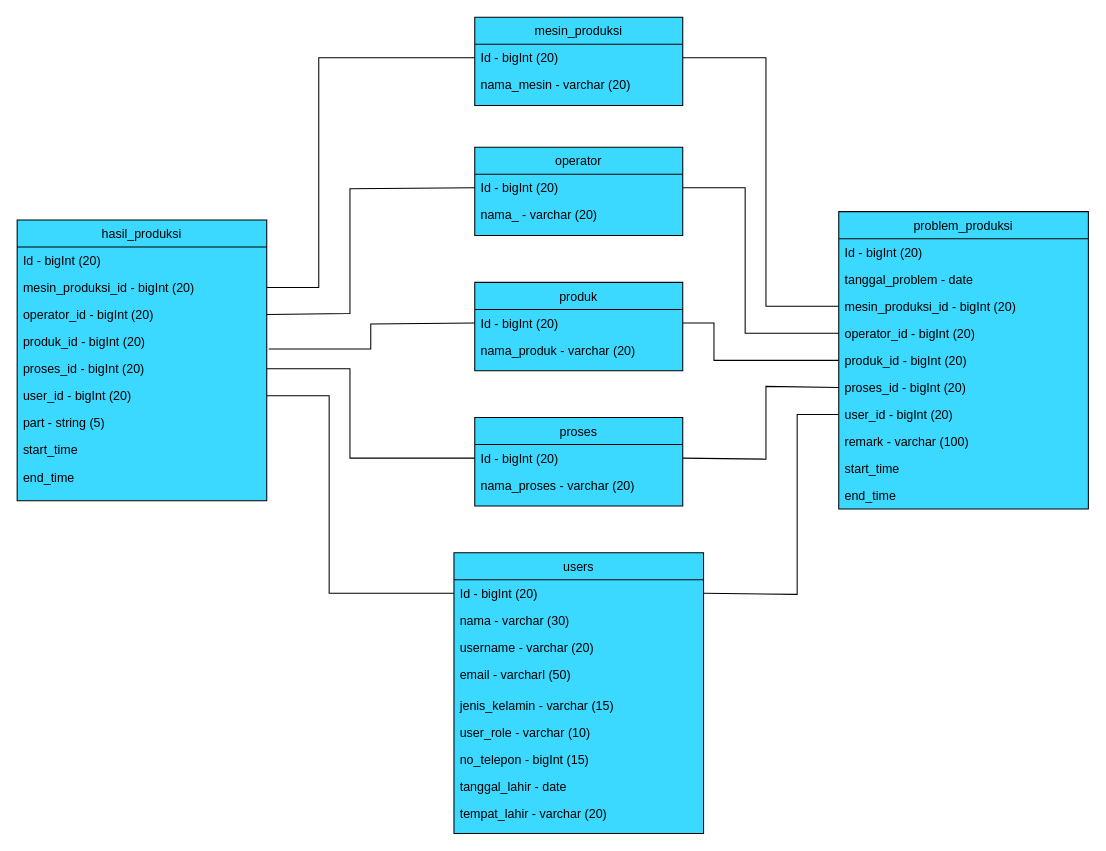
danangsptro/manufacturing_goseki keeps this draw.io diagram as class_diagram.drawio. Above is the earlier version. Source tidied: cells renumbered, new cells numbered last; positions are measured from the earlier drawing's top-left corner, leaving out a move shared by most shapes. Both pictures are drawn from the tidied source at 104%, with x=0, y=0 at pixel (17, 17).
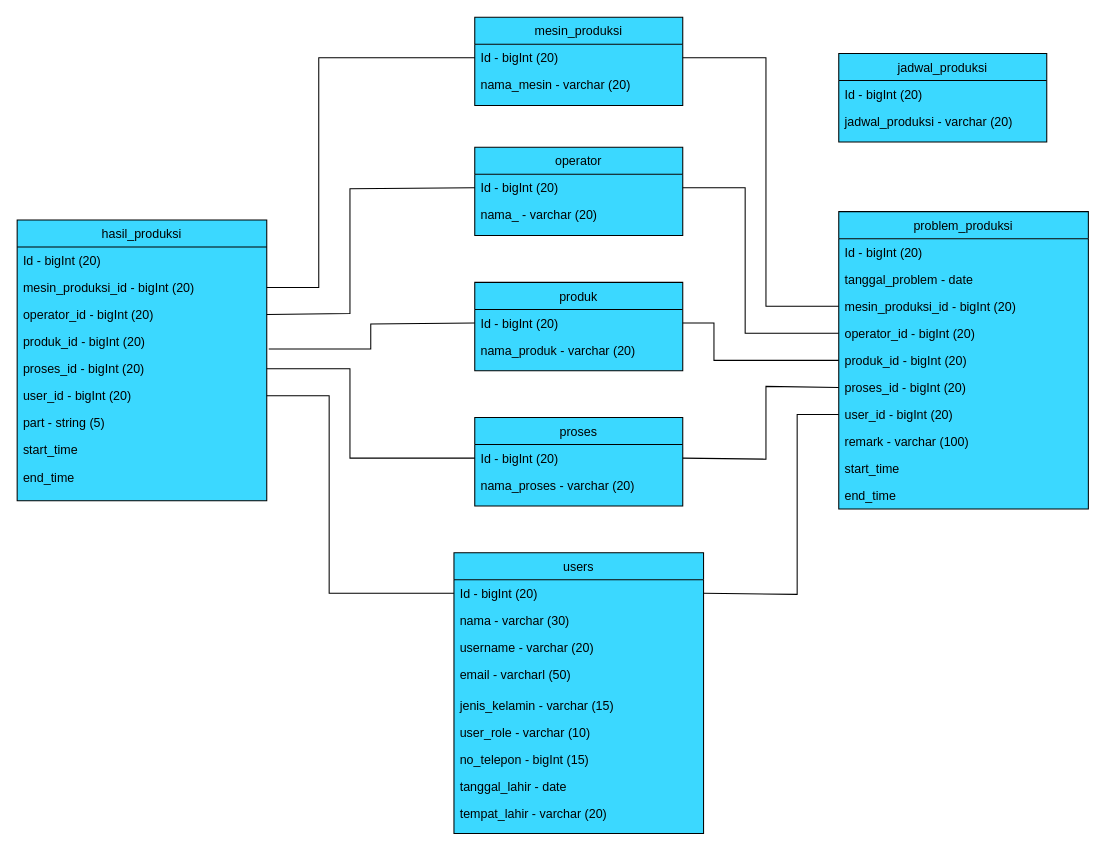
Above is the later version.

What changed in the source:
```diff
@@
+    <mxCell id="55" value="jadwal_produksi" style="swimlane;fontStyle=0;align=center;verticalAlign=top;horizontal=1;startSize=26;rounded=0;shadow=0;strokeWidth=1;fillColor=#3BD8FF;swimlaneFillColor=#3BD8FF;" parent="1" vertex="1">
+      <mxGeometry x="790" y="35" width="200" height="85" as="geometry" />
+    </mxCell>
+    <mxCell id="56" value="Id - bigInt (20)" style="text;align=left;verticalAlign=top;spacingLeft=4;spacingRight=4;overflow=hidden;" parent="55" vertex="1">
+      <mxGeometry y="26" width="200" height="26" as="geometry" />
+    </mxCell>
+    <mxCell id="57" value="jadwal_produksi - varchar (20)" style="text;align=left;verticalAlign=top;spacingLeft=4;spacingRight=4;overflow=hidden;rounded=0;shadow=0;html=0;" parent="55" vertex="1">
+      <mxGeometry y="52" width="200" height="26" as="geometry" />
+    </mxCell>
```
